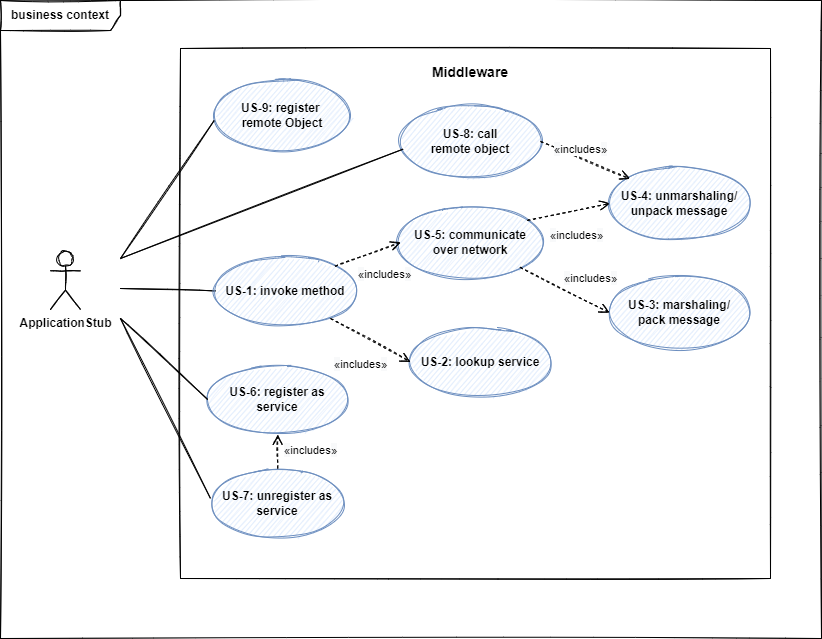
Above: Dokumentation/Middleware/diagrams/scope_business.png in sckoenig/Distributed-Tron (draw.io), before the change. Source tidied: cells renumbered, new cells last; positions are measured from the earlier drawing's top-left corner, leaving out a move shared by most shapes.
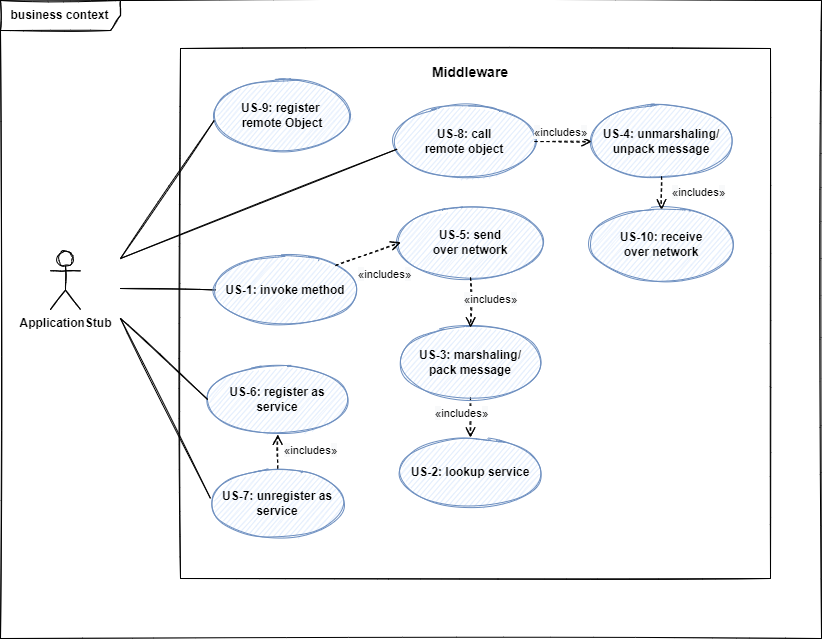
The same diagram one commit later.

Change to the diagram source:
```diff
@@ -32,36 +32,35 @@
       </mxGeometry>
     </mxCell>
     <mxCell id="9" value="&lt;b&gt;US-1: invoke method&lt;br&gt;&lt;/b&gt;" style="ellipse;whiteSpace=wrap;html=1;sketch=1;fillColor=#dae8fc;strokeColor=#6c8ebf;" parent="1" vertex="1">
-      <mxGeometry x="215" y="255.5" width="140" height="70" as="geometry" />
+      <mxGeometry x="215" y="254.5" width="140" height="70" as="geometry" />
     </mxCell>
     <mxCell id="10" value="&lt;b&gt;US-6: register as service&lt;br&gt;&lt;/b&gt;" style="ellipse;whiteSpace=wrap;html=1;sketch=1;fillColor=#dae8fc;strokeColor=#6c8ebf;" parent="1" vertex="1">
       <mxGeometry x="207.2" y="364" width="140" height="70" as="geometry" />
     </mxCell>
     <mxCell id="11" value="&lt;b&gt;US-2: lookup service&lt;br&gt;&lt;/b&gt;" style="ellipse;whiteSpace=wrap;html=1;sketch=1;fillColor=#dae8fc;strokeColor=#6c8ebf;" parent="1" vertex="1">
-      <mxGeometry x="410" y="326.5" width="140" height="70" as="geometry" />
+      <mxGeometry x="400" y="437" width="140" height="70" as="geometry" />
     </mxCell>
     <mxCell id="12" style="endArrow=none;endFill=0;endSize=12;html=1;rounded=0;entryX=0;entryY=0.5;entryDx=0;entryDy=0;sketch=1;" parent="1" edge="1" target="10">
       <mxGeometry relative="1" as="geometry">
         <mxPoint x="120" y="318" as="sourcePoint" />
       </mxGeometry>
     </mxCell>
-    <mxCell id="13" value="&lt;span style=&quot;font-size: 12px; background-color: rgb(248, 249, 250);&quot;&gt;«&lt;/span&gt;includes&lt;span style=&quot;font-size: 12px; background-color: rgb(248, 249, 250);&quot;&gt;»&lt;/span&gt;" style="html=1;verticalAlign=bottom;endArrow=open;dashed=1;endSize=8;rounded=0;sketch=1;entryX=0;entryY=0.5;entryDx=0;entryDy=0;" parent="1" edge="1" target="11">
-      <mxGeometry x="0.17" y="-33" relative="1" as="geometry">
-        <mxPoint x="330" y="318" as="sourcePoint" />
-        <mxPoint x="-1" as="offset" />
+    <mxCell id="13" value="&lt;span style=&quot;font-size: 12px; background-color: rgb(248, 249, 250);&quot;&gt;«&lt;/span&gt;includes&lt;span style=&quot;font-size: 12px; background-color: rgb(248, 249, 250);&quot;&gt;»&lt;/span&gt;" style="html=1;verticalAlign=bottom;endArrow=open;dashed=1;endSize=8;rounded=0;sketch=1;entryX=0.5;entryY=0;entryDx=0;entryDy=0;exitX=0.5;exitY=1;exitDx=0;exitDy=0;" parent="1" edge="1" source="15" target="11">
+      <mxGeometry x="0.26" y="-10" relative="1" as="geometry">
+        <mxPoint x="1" as="offset" />
       </mxGeometry>
     </mxCell>
     <mxCell id="14" value="&lt;b&gt;US-4: unmarshaling/&lt;br&gt;unpack message&lt;/b&gt;&lt;b&gt;&lt;br&gt;&lt;/b&gt;" style="ellipse;whiteSpace=wrap;html=1;sketch=1;fillColor=#dae8fc;strokeColor=#6c8ebf;" parent="1" vertex="1">
-      <mxGeometry x="609" y="168" width="140" height="70" as="geometry" />
+      <mxGeometry x="591" y="106" width="140" height="70" as="geometry" />
     </mxCell>
     <mxCell id="15" value="&lt;b&gt;US-3: marshaling/&lt;br&gt;pack message&lt;/b&gt;&lt;b&gt;&lt;br&gt;&lt;/b&gt;" style="ellipse;whiteSpace=wrap;html=1;sketch=1;fillColor=#dae8fc;strokeColor=#6c8ebf;" parent="1" vertex="1">
-      <mxGeometry x="609" y="277" width="140" height="70" as="geometry" />
+      <mxGeometry x="400" y="327" width="140" height="70" as="geometry" />
     </mxCell>
-    <mxCell id="16" value="&lt;b&gt;US-5: communicate&lt;br&gt;over network&lt;br&gt;&lt;/b&gt;" style="ellipse;whiteSpace=wrap;html=1;sketch=1;fillColor=#dae8fc;strokeColor=#6c8ebf;" parent="1" vertex="1">
+    <mxCell id="16" value="&lt;b&gt;US-5: send&lt;br&gt;over network&lt;br&gt;&lt;/b&gt;" style="ellipse;whiteSpace=wrap;html=1;sketch=1;fillColor=#dae8fc;strokeColor=#6c8ebf;" parent="1" vertex="1">
       <mxGeometry x="400" y="207" width="140" height="70" as="geometry" />
     </mxCell>
     <mxCell id="17" value="&lt;b&gt;US-8: call&lt;br&gt;remote object&lt;br&gt;&lt;/b&gt;" style="ellipse;whiteSpace=wrap;html=1;sketch=1;fillColor=#dae8fc;strokeColor=#6c8ebf;" parent="1" vertex="1">
-      <mxGeometry x="400" y="106" width="140" height="70" as="geometry" />
+      <mxGeometry x="394" y="106" width="140" height="70" as="geometry" />
     </mxCell>
     <mxCell id="18" style="endArrow=none;endFill=0;endSize=12;html=1;rounded=0;entryX=0.019;entryY=0.609;entryDx=0;entryDy=0;sketch=1;entryPerimeter=0;" parent="1" edge="1" target="17">
       <mxGeometry relative="1" as="geometry">
@@ -71,34 +70,37 @@
     <mxCell id="19" value="&lt;span style=&quot;font-size: 12px; background-color: rgb(248, 249, 250);&quot;&gt;«&lt;/span&gt;includes&lt;span style=&quot;font-size: 12px; background-color: rgb(248, 249, 250);&quot;&gt;»&lt;/span&gt;" style="html=1;verticalAlign=bottom;endArrow=open;dashed=1;endSize=8;rounded=0;exitX=1;exitY=0;exitDx=0;exitDy=0;sketch=1;entryX=0;entryY=0.5;entryDx=0;entryDy=0;" parent="1" edge="1" source="9" target="16">
       <mxGeometry x="0.18" y="-33" relative="1" as="geometry" />
     </mxCell>
-    <mxCell id="20" value="&lt;span style=&quot;font-size: 12px; background-color: rgb(248, 249, 250);&quot;&gt;«&lt;/span&gt;includes&lt;span style=&quot;font-size: 12px; background-color: rgb(248, 249, 250);&quot;&gt;»&lt;/span&gt;" style="html=1;verticalAlign=bottom;endArrow=open;dashed=1;endSize=8;rounded=0;exitX=0.906;exitY=0.184;exitDx=0;exitDy=0;sketch=1;exitPerimeter=0;entryX=0;entryY=0.5;entryDx=0;entryDy=0;" parent="1" edge="1" source="16" target="14">
-      <mxGeometry x="0.02" y="-33" relative="1" as="geometry" />
+    <mxCell id="20" value="&lt;b&gt;US-7: unregister as service&lt;br&gt;&lt;/b&gt;" style="ellipse;whiteSpace=wrap;html=1;sketch=1;fillColor=#dae8fc;strokeColor=#6c8ebf;" parent="1" vertex="1">
+      <mxGeometry x="207.2" y="468" width="140" height="70" as="geometry" />
     </mxCell>
-    <mxCell id="21" value="&lt;span style=&quot;font-size: 12px; background-color: rgb(248, 249, 250);&quot;&gt;«&lt;/span&gt;includes&lt;span style=&quot;font-size: 12px; background-color: rgb(248, 249, 250);&quot;&gt;»&lt;/span&gt;" style="html=1;verticalAlign=bottom;endArrow=open;dashed=1;endSize=8;rounded=0;exitX=1;exitY=1;exitDx=0;exitDy=0;sketch=1;entryX=0;entryY=0.5;entryDx=0;entryDy=0;" parent="1" edge="1" source="16" target="15">
-      <mxGeometry x="0.42" y="14" relative="1" as="geometry" />
+    <mxCell id="21" style="endArrow=none;endFill=0;endSize=12;html=1;rounded=0;sketch=1;" parent="1" edge="1">
+      <mxGeometry relative="1" as="geometry">
+        <mxPoint x="120" y="318" as="sourcePoint" />
+        <mxPoint x="210" y="498" as="targetPoint" />
+      </mxGeometry>
     </mxCell>
-    <mxCell id="22" value="&lt;b&gt;US-7: unregister as service&lt;br&gt;&lt;/b&gt;" style="ellipse;whiteSpace=wrap;html=1;sketch=1;fillColor=#dae8fc;strokeColor=#6c8ebf;" parent="1" vertex="1">
-      <mxGeometry x="207.2" y="468" width="140" height="70" as="geometry" />
+    <mxCell id="22" value="&lt;span style=&quot;font-size: 12px; background-color: rgb(248, 249, 250);&quot;&gt;«&lt;/span&gt;includes&lt;span style=&quot;font-size: 12px; background-color: rgb(248, 249, 250);&quot;&gt;»&lt;/span&gt;" style="html=1;verticalAlign=bottom;endArrow=open;dashed=1;endSize=8;rounded=0;exitX=0.5;exitY=0;exitDx=0;exitDy=0;sketch=1;entryX=0.5;entryY=1;entryDx=0;entryDy=0;" parent="1" edge="1" source="20" target="10">
+      <mxGeometry x="-0.41" y="-33" relative="1" as="geometry" />
     </mxCell>
-    <mxCell id="23" style="endArrow=none;endFill=0;endSize=12;html=1;rounded=0;sketch=1;" parent="1" edge="1">
-      <mxGeometry relative="1" as="geometry">
-        <mxPoint x="120" y="318" as="sourcePoint" />
-        <mxPoint x="210" y="498" as="targetPoint" />
-      </mxGeometry>
+    <mxCell id="23" value="&lt;b&gt;US-9: register&amp;nbsp;&lt;br&gt;remote Object&lt;br&gt;&lt;/b&gt;" style="ellipse;whiteSpace=wrap;html=1;sketch=1;fillColor=#dae8fc;strokeColor=#6c8ebf;" parent="1" vertex="1">
+      <mxGeometry x="211.5" y="80" width="140" height="70" as="geometry" />
     </mxCell>
-    <mxCell id="24" value="&lt;span style=&quot;font-size: 12px; background-color: rgb(248, 249, 250);&quot;&gt;«&lt;/span&gt;includes&lt;span style=&quot;font-size: 12px; background-color: rgb(248, 249, 250);&quot;&gt;»&lt;/span&gt;" style="html=1;verticalAlign=bottom;endArrow=open;dashed=1;endSize=8;rounded=0;exitX=0.5;exitY=0;exitDx=0;exitDy=0;sketch=1;entryX=0.5;entryY=1;entryDx=0;entryDy=0;" parent="1" edge="1" source="22" target="10">
-      <mxGeometry x="-0.41" y="-33" relative="1" as="geometry" />
+    <mxCell id="24" style="endArrow=none;endFill=0;endSize=12;html=1;rounded=0;entryX=0.016;entryY=0.57;entryDx=0;entryDy=0;sketch=1;entryPerimeter=0;" parent="1" edge="1" target="23">
+      <mxGeometry relative="1" as="geometry">
+        <mxPoint x="120" y="258" as="sourcePoint" />
+      </mxGeometry>
     </mxCell>
-    <mxCell id="25" value="&lt;b&gt;US-9: register&amp;nbsp;&lt;br&gt;remote Object&lt;br&gt;&lt;/b&gt;" style="ellipse;whiteSpace=wrap;html=1;sketch=1;fillColor=#dae8fc;strokeColor=#6c8ebf;" parent="1" vertex="1">
-      <mxGeometry x="211.5" y="80" width="140" height="70" as="geometry" />
+    <mxCell id="25" value="&lt;span style=&quot;font-size: 12px; background-color: rgb(248, 249, 250);&quot;&gt;«&lt;/span&gt;includes&lt;span style=&quot;font-size: 12px; background-color: rgb(248, 249, 250);&quot;&gt;»&lt;/span&gt;" style="html=1;verticalAlign=bottom;endArrow=open;dashed=1;endSize=8;rounded=0;exitX=1;exitY=0.5;exitDx=0;exitDy=0;sketch=1;entryX=0;entryY=0.5;entryDx=0;entryDy=0;" parent="1" edge="1" source="17" target="14">
+      <mxGeometry x="-0.1" relative="1" as="geometry" />
     </mxCell>
-    <mxCell id="26" style="endArrow=none;endFill=0;endSize=12;html=1;rounded=0;entryX=0.016;entryY=0.57;entryDx=0;entryDy=0;sketch=1;entryPerimeter=0;" parent="1" edge="1" target="25">
-      <mxGeometry relative="1" as="geometry">
-        <mxPoint x="120" y="258" as="sourcePoint" />
-      </mxGeometry>
+    <mxCell id="26" value="&lt;b&gt;US-10: receive&lt;br&gt;over network&lt;br&gt;&lt;/b&gt;" style="ellipse;whiteSpace=wrap;html=1;sketch=1;fillColor=#dae8fc;strokeColor=#6c8ebf;" parent="1" vertex="1">
+      <mxGeometry x="591" y="209" width="140" height="70" as="geometry" />
     </mxCell>
-    <mxCell id="27" value="&lt;span style=&quot;font-size: 12px; background-color: rgb(248, 249, 250);&quot;&gt;«&lt;/span&gt;includes&lt;span style=&quot;font-size: 12px; background-color: rgb(248, 249, 250);&quot;&gt;»&lt;/span&gt;" style="html=1;verticalAlign=bottom;endArrow=open;dashed=1;endSize=8;rounded=0;exitX=1;exitY=0.5;exitDx=0;exitDy=0;sketch=1;entryX=0;entryY=0;entryDx=0;entryDy=0;" parent="1" edge="1" source="17" target="14">
-      <mxGeometry x="-0.1" relative="1" as="geometry" />
+    <mxCell id="27" value="&lt;span style=&quot;font-size: 12px; background-color: rgb(248, 249, 250);&quot;&gt;«&lt;/span&gt;includes&lt;span style=&quot;font-size: 12px; background-color: rgb(248, 249, 250);&quot;&gt;»&lt;/span&gt;" style="html=1;verticalAlign=bottom;endArrow=open;dashed=1;endSize=8;rounded=0;exitX=0.5;exitY=1;exitDx=0;exitDy=0;sketch=1;entryX=0.5;entryY=0;entryDx=0;entryDy=0;" parent="1" edge="1" source="16" target="15">
+      <mxGeometry x="0.24" y="20" relative="1" as="geometry" />
     </mxCell>
+    <mxCell id="28" value="&lt;span style=&quot;font-size: 12px; background-color: rgb(248, 249, 250);&quot;&gt;«&lt;/span&gt;includes&lt;span style=&quot;font-size: 12px; background-color: rgb(248, 249, 250);&quot;&gt;»&lt;/span&gt;" style="html=1;verticalAlign=bottom;endArrow=open;dashed=1;endSize=8;rounded=0;sketch=1;entryX=0.5;entryY=0;entryDx=0;entryDy=0;exitX=0.5;exitY=1;exitDx=0;exitDy=0;" parent="1" edge="1" source="14" target="26">
+      <mxGeometry x="0.45" y="37" relative="1" as="geometry" />
+    </mxCell>
   </root>
 </mxGraphModel>
```
